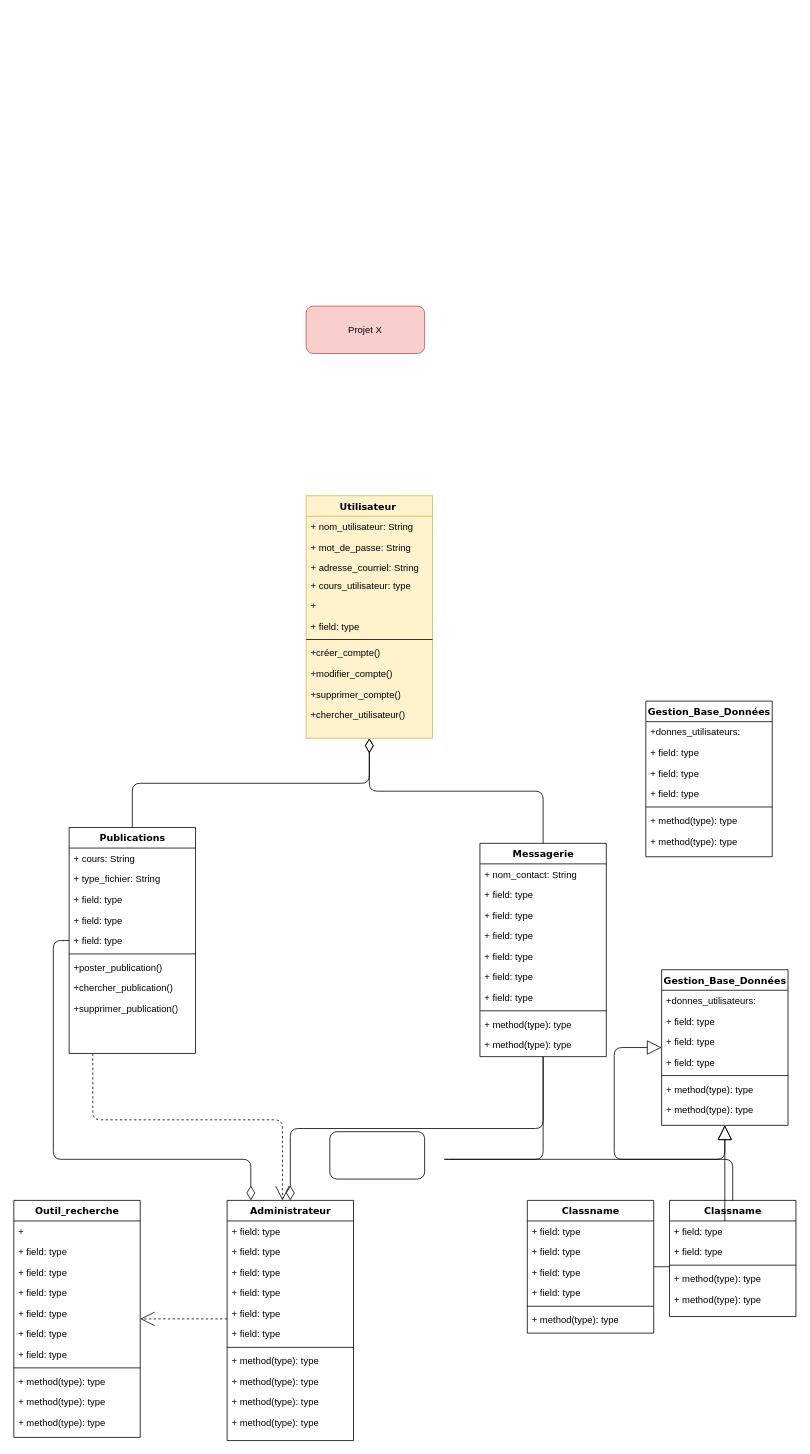
Before: Diagramme sans nom.drawio in Spyrolol/Projet-X, a draw.io diagram. Source tidied: cells renumbered, new cells numbered last; positions are measured from the earlier drawing's top-left corner, leaving out a move shared by most shapes. Both pictures are drawn from the tidied source at 79%, with x=0, y=0 at pixel (13, 306).
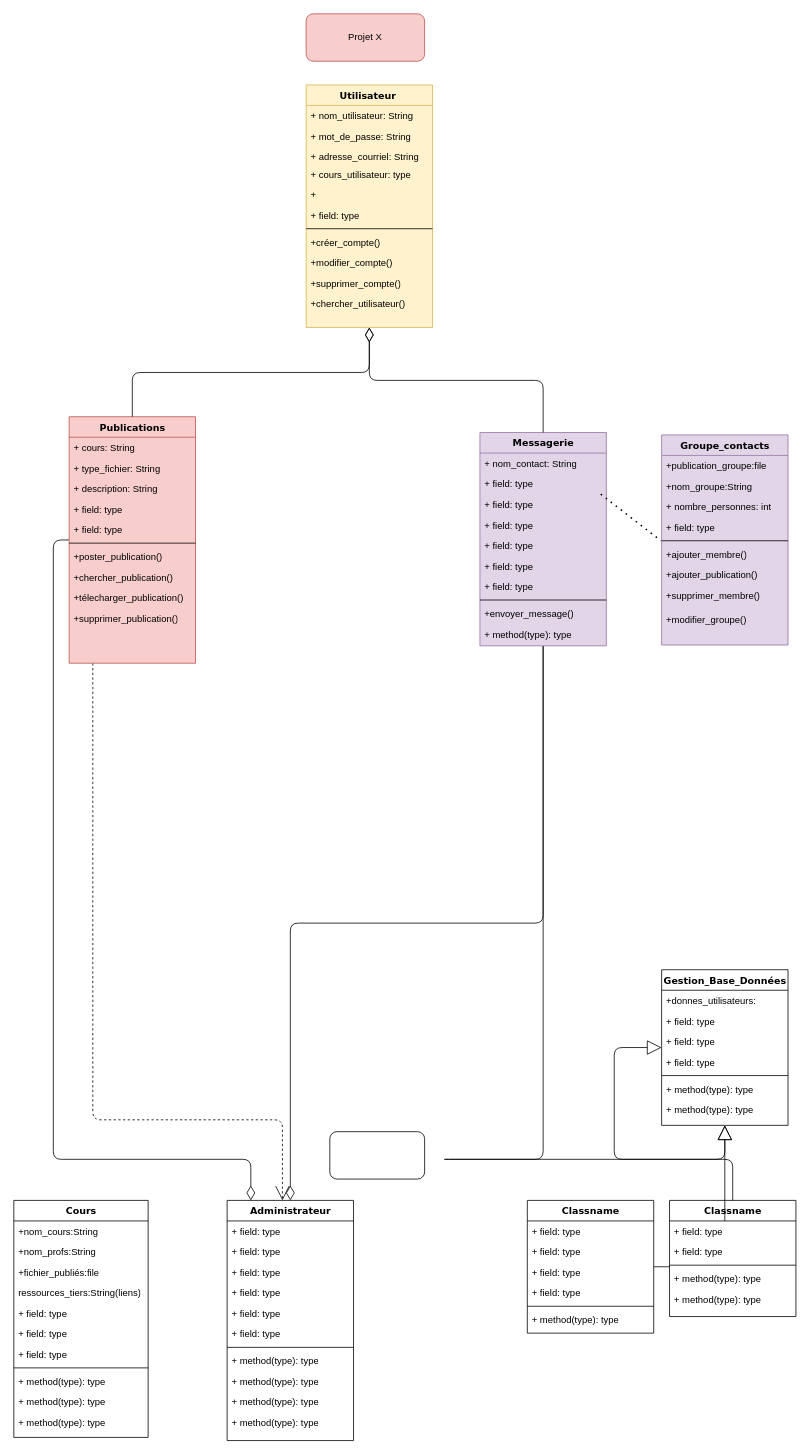
Above is the later version.

Commit message (it also covers changes not shown here):
Mettre à jour Diagramme sans nom.drawio

Unchanged cells that the change refers to:
```xml
<mxCell id="48" value="Administrateur" style="swimlane;html=1;fontStyle=1;align=center;verticalAlign=top;horizontal=1;startSize=26;swimlaneFillColor=#ffffff;rounded=0;shadow=0;comic=0;labelBackgroundColor=none;strokeWidth=1;fillColor=none;fontFamily=Verdana;fontSize=12;" parent="1" vertex="1">
  <mxGeometry x="270" y="1132" width="160" height="304" as="geometry" />
</mxCell>
<mxCell id="64" value="+ field: type" style="text;html=1;strokeColor=none;fillColor=none;align=left;verticalAlign=top;spacingLeft=4;spacingRight=4;whiteSpace=wrap;overflow=hidden;points=[[0,0.5],[1,0.5]];portConstraint=eastwest;" parent="61" vertex="1">
  <mxGeometry y="78" width="160" height="26" as="geometry" />
</mxCell>
```

Change to the diagram source:
```diff
@@
-    <mxCell id="4" value="Publications" style="swimlane;html=1;fontStyle=1;align=center;verticalAlign=top;horizontal=1;startSize=26;swimlaneFillColor=#ffffff;rounded=0;shadow=0;comic=0;labelBackgroundColor=none;strokeWidth=1;fillColor=none;fontFamily=Verdana;fontSize=12;" parent="1" vertex="1">
-      <mxGeometry x="70" y="660" width="160" height="286" as="geometry" />
+    <mxCell id="4" value="Publications" style="swimlane;html=1;fontStyle=1;align=center;verticalAlign=top;horizontal=1;startSize=26;swimlaneFillColor=#f8cecc;rounded=0;shadow=0;comic=0;labelBackgroundColor=none;strokeWidth=1;fillColor=#f8cecc;fontFamily=Verdana;fontSize=12;strokeColor=#b85450;" parent="1" vertex="1">
+      <mxGeometry x="70" y="140" width="160" height="312" as="geometry" />
     </mxCell>
@@
-    <mxCell id="7" value="+ field: type" style="text;html=1;strokeColor=none;fillColor=none;align=left;verticalAlign=top;spacingLeft=4;spacingRight=4;whiteSpace=wrap;overflow=hidden;" parent="4" vertex="1">
+    <mxCell id="7" value="+ description: String" style="text;html=1;strokeColor=none;fillColor=none;align=left;verticalAlign=top;spacingLeft=4;spacingRight=4;whiteSpace=wrap;overflow=hidden;" parent="4" vertex="1">
       <mxGeometry y="78" width="160" height="26" as="geometry" />
     </mxCell>
@@
+    <mxCell id="99" value="+télecharger_publication()" style="text;html=1;strokeColor=none;fillColor=none;align=left;verticalAlign=top;spacingLeft=4;spacingRight=4;whiteSpace=wrap;overflow=hidden;" parent="4" vertex="1">
+      <mxGeometry y="216" width="160" height="26" as="geometry" />
+    </mxCell>
     <mxCell id="13" value="+supprimer_publication()" style="text;html=1;strokeColor=none;fillColor=none;align=left;verticalAlign=top;spacingLeft=4;spacingRight=4;whiteSpace=wrap;overflow=hidden;" parent="4" vertex="1">
-      <mxGeometry y="216" width="160" height="70" as="geometry" />
+      <mxGeometry y="242" width="160" height="70" as="geometry" />
     </mxCell>
     <mxCell id="14" value="Utilisateur&amp;nbsp;" style="swimlane;html=1;fontStyle=1;align=center;verticalAlign=top;horizontal=1;startSize=26;swimlaneFillColor=#fff2cc;rounded=0;shadow=0;comic=0;labelBackgroundColor=none;strokeWidth=1;fillColor=#fff2cc;fontFamily=Verdana;fontSize=12;strokeColor=#d6b656;" parent="1" vertex="1">
-      <mxGeometry x="370" y="240" width="160" height="307" as="geometry" />
+      <mxGeometry x="370" y="-280" width="160" height="307" as="geometry" />
     </mxCell>
@@
-    <mxCell id="34" style="edgeStyle=elbowEdgeStyle;html=1;labelBackgroundColor=none;startFill=0;startSize=8;endArrow=open;endFill=0;endSize=16;fontFamily=Verdana;fontSize=12;elbow=vertical;dashed=1;" parent="1" edge="1" source="48" target="35">
-      <mxGeometry relative="1" as="geometry" />
-    </mxCell>
-    <mxCell id="35" value="Outil_recherche" style="swimlane;html=1;fontStyle=1;align=center;verticalAlign=top;horizontal=1;startSize=26;swimlaneFillColor=#ffffff;rounded=0;shadow=0;comic=0;labelBackgroundColor=none;strokeWidth=1;fillColor=none;fontFamily=Verdana;fontSize=12;" parent="1" vertex="1">
-      <mxGeometry y="1132" width="160" height="300" as="geometry" />
+    <mxCell id="35" value="Cours" style="swimlane;html=1;fontStyle=1;align=center;verticalAlign=top;horizontal=1;startSize=26;swimlaneFillColor=#ffffff;rounded=0;shadow=0;comic=0;labelBackgroundColor=none;strokeWidth=1;fillColor=none;fontFamily=Verdana;fontSize=12;" parent="1" vertex="1">
+      <mxGeometry y="1132" width="170" height="300" as="geometry" />
     </mxCell>
-    <mxCell id="36" value="+" style="text;html=1;strokeColor=none;fillColor=none;align=left;verticalAlign=top;spacingLeft=4;spacingRight=4;whiteSpace=wrap;overflow=hidden;" parent="35" vertex="1">
-      <mxGeometry y="26" width="160" height="26" as="geometry" />
+    <mxCell id="36" value="+nom_cours:String" style="text;html=1;strokeColor=none;fillColor=none;align=left;verticalAlign=top;spacingLeft=4;spacingRight=4;whiteSpace=wrap;overflow=hidden;" parent="35" vertex="1">
+      <mxGeometry y="26" width="170" height="26" as="geometry" />
     </mxCell>
-    <mxCell id="37" value="+ field: type" style="text;html=1;strokeColor=none;fillColor=none;align=left;verticalAlign=top;spacingLeft=4;spacingRight=4;whiteSpace=wrap;overflow=hidden;" parent="35" vertex="1">
-      <mxGeometry y="52" width="160" height="26" as="geometry" />
+    <mxCell id="37" value="+nom_profs:String" style="text;html=1;strokeColor=none;fillColor=none;align=left;verticalAlign=top;spacingLeft=4;spacingRight=4;whiteSpace=wrap;overflow=hidden;" parent="35" vertex="1">
+      <mxGeometry y="52" width="170" height="26" as="geometry" />
     </mxCell>
-    <mxCell id="38" value="+ field: type" style="text;html=1;strokeColor=none;fillColor=none;align=left;verticalAlign=top;spacingLeft=4;spacingRight=4;whiteSpace=wrap;overflow=hidden;" parent="35" vertex="1">
-      <mxGeometry y="78" width="160" height="26" as="geometry" />
+    <mxCell id="38" value="+fichier_publiés:file" style="text;html=1;strokeColor=none;fillColor=none;align=left;verticalAlign=top;spacingLeft=4;spacingRight=4;whiteSpace=wrap;overflow=hidden;" parent="35" vertex="1">
+      <mxGeometry y="78" width="170" height="26" as="geometry" />
     </mxCell>
-    <mxCell id="39" value="+ field: type" style="text;html=1;strokeColor=none;fillColor=none;align=left;verticalAlign=top;spacingLeft=4;spacingRight=4;whiteSpace=wrap;overflow=hidden;" parent="35" vertex="1">
-      <mxGeometry y="104" width="160" height="26" as="geometry" />
+    <mxCell id="39" value="ressources_tiers:String(liens)" style="text;html=1;strokeColor=none;fillColor=none;align=left;verticalAlign=top;spacingLeft=4;spacingRight=4;whiteSpace=wrap;overflow=hidden;" parent="35" vertex="1">
+      <mxGeometry y="104" width="170" height="26" as="geometry" />
     </mxCell>
     <mxCell id="40" value="+ field: type" style="text;html=1;strokeColor=none;fillColor=none;align=left;verticalAlign=top;spacingLeft=4;spacingRight=4;whiteSpace=wrap;overflow=hidden;" parent="35" vertex="1">
-      <mxGeometry y="130" width="160" height="26" as="geometry" />
+      <mxGeometry y="130" width="170" height="26" as="geometry" />
     </mxCell>
     <mxCell id="41" value="+ field: type" style="text;html=1;strokeColor=none;fillColor=none;align=left;verticalAlign=top;spacingLeft=4;spacingRight=4;whiteSpace=wrap;overflow=hidden;" parent="35" vertex="1">
-      <mxGeometry y="156" width="160" height="26" as="geometry" />
+      <mxGeometry y="156" width="170" height="26" as="geometry" />
     </mxCell>
     <mxCell id="42" value="+ field: type" style="text;html=1;strokeColor=none;fillColor=none;align=left;verticalAlign=top;spacingLeft=4;spacingRight=4;whiteSpace=wrap;overflow=hidden;" parent="35" vertex="1">
-      <mxGeometry y="182" width="160" height="26" as="geometry" />
+      <mxGeometry y="182" width="170" height="26" as="geometry" />
     </mxCell>
     <mxCell id="43" style="line;html=1;strokeWidth=1;fillColor=none;align=left;verticalAlign=middle;spacingTop=-1;spacingLeft=3;spacingRight=3;labelPosition=right;" parent="35" vertex="1">
-      <mxGeometry y="208" width="160" height="8" as="geometry" />
+      <mxGeometry y="208" width="170" height="8" as="geometry" />
     </mxCell>
     <mxCell id="44" value="+ method(type): type" style="text;html=1;strokeColor=none;fillColor=none;align=left;verticalAlign=top;spacingLeft=4;spacingRight=4;whiteSpace=wrap;overflow=hidden;" parent="35" vertex="1">
-      <mxGeometry y="216" width="160" height="26" as="geometry" />
+      <mxGeometry y="216" width="170" height="26" as="geometry" />
     </mxCell>
     <mxCell id="45" value="+ method(type): type" style="text;html=1;strokeColor=none;fillColor=none;align=left;verticalAlign=top;spacingLeft=4;spacingRight=4;whiteSpace=wrap;overflow=hidden;" parent="35" vertex="1">
-      <mxGeometry y="242" width="160" height="26" as="geometry" />
+      <mxGeometry y="242" width="170" height="26" as="geometry" />
     </mxCell>
     <mxCell id="46" value="+ method(type): type" style="text;html=1;strokeColor=none;fillColor=none;align=left;verticalAlign=top;spacingLeft=4;spacingRight=4;whiteSpace=wrap;overflow=hidden;" parent="35" vertex="1">
-      <mxGeometry y="268" width="160" height="26" as="geometry" />
+      <mxGeometry y="268" width="170" height="26" as="geometry" />
     </mxCell>
@@
-    <mxCell id="61" value="Messagerie" style="swimlane;html=1;fontStyle=1;align=center;verticalAlign=top;horizontal=1;startSize=26;swimlaneFillColor=#ffffff;rounded=0;shadow=0;comic=0;labelBackgroundColor=none;strokeWidth=1;fillColor=none;fontFamily=Verdana;fontSize=12;" parent="1" vertex="1">
-      <mxGeometry x="590" y="680" width="160" height="270" as="geometry" />
+    <mxCell id="61" value="Messagerie" style="swimlane;html=1;fontStyle=1;align=center;verticalAlign=top;horizontal=1;startSize=26;swimlaneFillColor=#e1d5e7;rounded=0;shadow=0;comic=0;labelBackgroundColor=none;strokeWidth=1;fillColor=#e1d5e7;fontFamily=Verdana;fontSize=12;strokeColor=#9673a6;" parent="1" vertex="1">
+      <mxGeometry x="590" y="160" width="160" height="270" as="geometry" />
     </mxCell>
@@
-    <mxCell id="70" value="+ method(type): type" style="text;html=1;strokeColor=none;fillColor=none;align=left;verticalAlign=top;spacingLeft=4;spacingRight=4;whiteSpace=wrap;overflow=hidden;" parent="61" vertex="1">
+    <mxCell id="70" value="+envoyer_message()" style="text;html=1;strokeColor=none;fillColor=none;align=left;verticalAlign=top;spacingLeft=4;spacingRight=4;whiteSpace=wrap;overflow=hidden;" parent="61" vertex="1">
       <mxGeometry y="216" width="160" height="26" as="geometry" />
     </mxCell>
@@
     <mxCell id="89" value="Projet X" style="rounded=1;whiteSpace=wrap;html=1;fillColor=#f8cecc;strokeColor=#b85450;" parent="1" vertex="1">
-      <mxGeometry x="370" width="150" height="60" as="geometry" />
+      <mxGeometry x="370" y="-370" width="150" height="60" as="geometry" />
     </mxCell>
@@
-    <mxCell id="91" value="Gestion_Base_Données" style="swimlane;html=1;fontStyle=1;align=center;verticalAlign=top;horizontal=1;startSize=26;swimlaneFillColor=#ffffff;rounded=0;shadow=0;comic=0;labelBackgroundColor=none;strokeWidth=1;fillColor=none;fontFamily=Verdana;fontSize=12;" parent="1" vertex="1">
-      <mxGeometry x="800" y="500" width="160" height="197" as="geometry" />
+    <mxCell id="91" value="Groupe_contacts" style="swimlane;html=1;fontStyle=1;align=center;verticalAlign=top;horizontal=1;startSize=26;swimlaneFillColor=#e1d5e7;rounded=0;shadow=0;comic=0;labelBackgroundColor=none;strokeWidth=1;fillColor=#e1d5e7;fontFamily=Verdana;fontSize=12;strokeColor=#9673a6;" parent="1" vertex="1">
+      <mxGeometry x="820" y="163" width="160" height="266" as="geometry" />
     </mxCell>
-    <mxCell id="92" value="+donnes_utilisateurs:" style="text;html=1;strokeColor=none;fillColor=none;align=left;verticalAlign=top;spacingLeft=4;spacingRight=4;whiteSpace=wrap;overflow=hidden;" parent="91" vertex="1">
+    <mxCell id="92" value="+publication_groupe:file" style="text;html=1;strokeColor=none;fillColor=none;align=left;verticalAlign=top;spacingLeft=4;spacingRight=4;whiteSpace=wrap;overflow=hidden;" parent="91" vertex="1">
       <mxGeometry y="26" width="160" height="26" as="geometry" />
     </mxCell>
-    <mxCell id="93" value="+ field: type" style="text;html=1;strokeColor=none;fillColor=none;align=left;verticalAlign=top;spacingLeft=4;spacingRight=4;whiteSpace=wrap;overflow=hidden;" parent="91" vertex="1">
+    <mxCell id="93" value="+nom_groupe:String" style="text;html=1;strokeColor=none;fillColor=none;align=left;verticalAlign=top;spacingLeft=4;spacingRight=4;whiteSpace=wrap;overflow=hidden;" parent="91" vertex="1">
       <mxGeometry y="52" width="160" height="26" as="geometry" />
     </mxCell>
-    <mxCell id="94" value="+ field: type" style="text;html=1;strokeColor=none;fillColor=none;align=left;verticalAlign=top;spacingLeft=4;spacingRight=4;whiteSpace=wrap;overflow=hidden;" parent="91" vertex="1">
+    <mxCell id="94" value="+ nombre_personnes: int" style="text;html=1;strokeColor=none;fillColor=none;align=left;verticalAlign=top;spacingLeft=4;spacingRight=4;whiteSpace=wrap;overflow=hidden;" parent="91" vertex="1">
       <mxGeometry y="78" width="160" height="26" as="geometry" />
     </mxCell>
@@
-    <mxCell id="97" value="+ method(type): type" style="text;html=1;strokeColor=none;fillColor=none;align=left;verticalAlign=top;spacingLeft=4;spacingRight=4;whiteSpace=wrap;overflow=hidden;points=[[0,0.5],[1,0.5]];portConstraint=eastwest;" parent="91" vertex="1">
+    <mxCell id="97" value="+ajouter_membre()" style="text;html=1;strokeColor=none;fillColor=none;align=left;verticalAlign=top;spacingLeft=4;spacingRight=4;whiteSpace=wrap;overflow=hidden;points=[[0,0.5],[1,0.5]];portConstraint=eastwest;" parent="91" vertex="1">
       <mxGeometry y="138" width="160" height="26" as="geometry" />
     </mxCell>
+    <mxCell id="100" value="+ajouter_publication()" style="text;html=1;strokeColor=none;fillColor=none;align=left;verticalAlign=top;spacingLeft=4;spacingRight=4;whiteSpace=wrap;overflow=hidden;" parent="91" vertex="1">
+      <mxGeometry y="164" width="160" height="26" as="geometry" />
+    </mxCell>
-    <mxCell id="98" value="+ method(type): type" style="text;html=1;strokeColor=none;fillColor=none;align=left;verticalAlign=top;spacingLeft=4;spacingRight=4;whiteSpace=wrap;overflow=hidden;" parent="91" vertex="1">
-      <mxGeometry y="164" width="160" height="26" as="geometry" />
+    <mxCell id="98" value="+supprimer_membre()" style="text;html=1;strokeColor=none;fillColor=none;align=left;verticalAlign=top;spacingLeft=4;spacingRight=4;whiteSpace=wrap;overflow=hidden;" parent="91" vertex="1">
+      <mxGeometry y="190" width="160" height="30" as="geometry" />
     </mxCell>
+    <mxCell id="101" value="+modifier_groupe()" style="text;html=1;strokeColor=none;fillColor=none;align=left;verticalAlign=top;spacingLeft=4;spacingRight=4;whiteSpace=wrap;overflow=hidden;" parent="91" vertex="1">
+      <mxGeometry y="220" width="160" height="30" as="geometry" />
+    </mxCell>
+    <mxCell id="102" style="endArrow=none;dashed=1;html=1;dashPattern=1 3;strokeWidth=2;rounded=0;entryX=-0.006;entryY=-0.154;entryDx=0;entryDy=0;entryPerimeter=0;exitX=0.956;exitY=0;exitDx=0;exitDy=0;exitPerimeter=0;" parent="1" edge="1" source="64" target="97">
+      <mxGeometry relative="1" as="geometry" />
+    </mxCell>
```
